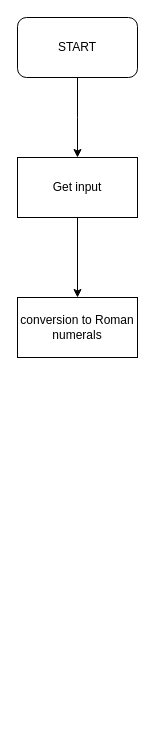
engineeredu/janice.github.io keeps this draw.io diagram as page "Page-2" (2 of 2) of RomanNumeral_Conveter.drawio. Above is the earlier version. Source tidied: cells renumbered, new cells numbered last; positions are measured from the earlier drawing's top-left corner, leaving out a move shared by most shapes. Both pictures are drawn from the tidied source at 100%, with x=0, y=0 at pixel (17, 17).
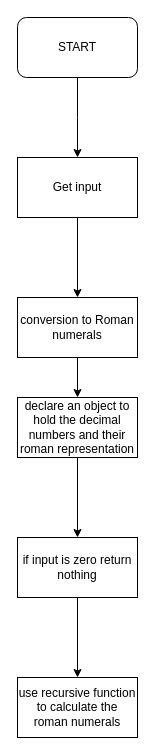
The same diagram, later.

Diff of the diagram source:
```diff
@@
 <mxGraphModel>
   <root>
     <mxCell id="0" />
     <mxCell id="1" parent="0" />
     <mxCell id="2" style="edgeStyle=orthogonalEdgeStyle;rounded=0;jettySize=auto;html=1;" parent="1" edge="1" source="3">
       <mxGeometry relative="1" as="geometry">
         <mxPoint x="60" y="140" as="targetPoint" />
       </mxGeometry>
     </mxCell>
     <mxCell id="3" value="START" style="rounded=1;whiteSpace=wrap;html=1;" parent="1" vertex="1">
       <mxGeometry width="120" height="60" as="geometry" />
     </mxCell>
     <mxCell id="4" style="edgeStyle=orthogonalEdgeStyle;rounded=0;jettySize=auto;html=1;" parent="1" edge="1" source="5" target="6">
       <mxGeometry relative="1" as="geometry" />
     </mxCell>
     <mxCell id="5" value="Get input" style="rounded=0;whiteSpace=wrap;html=1;" parent="1" vertex="1">
       <mxGeometry y="140" width="120" height="60" as="geometry" />
     </mxCell>
     <mxCell id="6" value="conversion to Roman numerals" style="rounded=0;whiteSpace=wrap;html=1;" parent="1" vertex="1">
       <mxGeometry y="280" width="120" height="60" as="geometry" />
     </mxCell>
+    <mxCell id="7" style="endArrow=classic;html=1;rounded=0;exitX=0.5;exitY=1;exitDx=0;exitDy=0;" parent="1" edge="1" source="6">
+      <mxGeometry relative="1" as="geometry">
+        <mxPoint x="60" y="380" as="targetPoint" />
+      </mxGeometry>
+    </mxCell>
+    <mxCell id="8" style="edgeStyle=orthogonalEdgeStyle;rounded=0;jettySize=auto;html=1;" parent="1" edge="1" source="9" target="11">
+      <mxGeometry relative="1" as="geometry" />
+    </mxCell>
+    <mxCell id="9" value="declare an object to hold the decimal numbers and their roman representation" style="rounded=0;whiteSpace=wrap;html=1;" parent="1" vertex="1">
+      <mxGeometry y="380" width="120" height="60" as="geometry" />
+    </mxCell>
+    <mxCell id="10" style="edgeStyle=orthogonalEdgeStyle;rounded=0;jettySize=auto;html=1;" parent="1" edge="1" source="11" target="12">
+      <mxGeometry relative="1" as="geometry" />
+    </mxCell>
+    <mxCell id="11" value="if input is zero return nothing" style="rounded=0;whiteSpace=wrap;html=1;" parent="1" vertex="1">
+      <mxGeometry y="520" width="120" height="60" as="geometry" />
+    </mxCell>
+    <mxCell id="12" value="use recursive function to calculate the roman numerals" style="whiteSpace=wrap;html=1;rounded=0;" parent="1" vertex="1">
+      <mxGeometry y="660" width="120" height="60" as="geometry" />
+    </mxCell>
   </root>
 </mxGraphModel>
```
